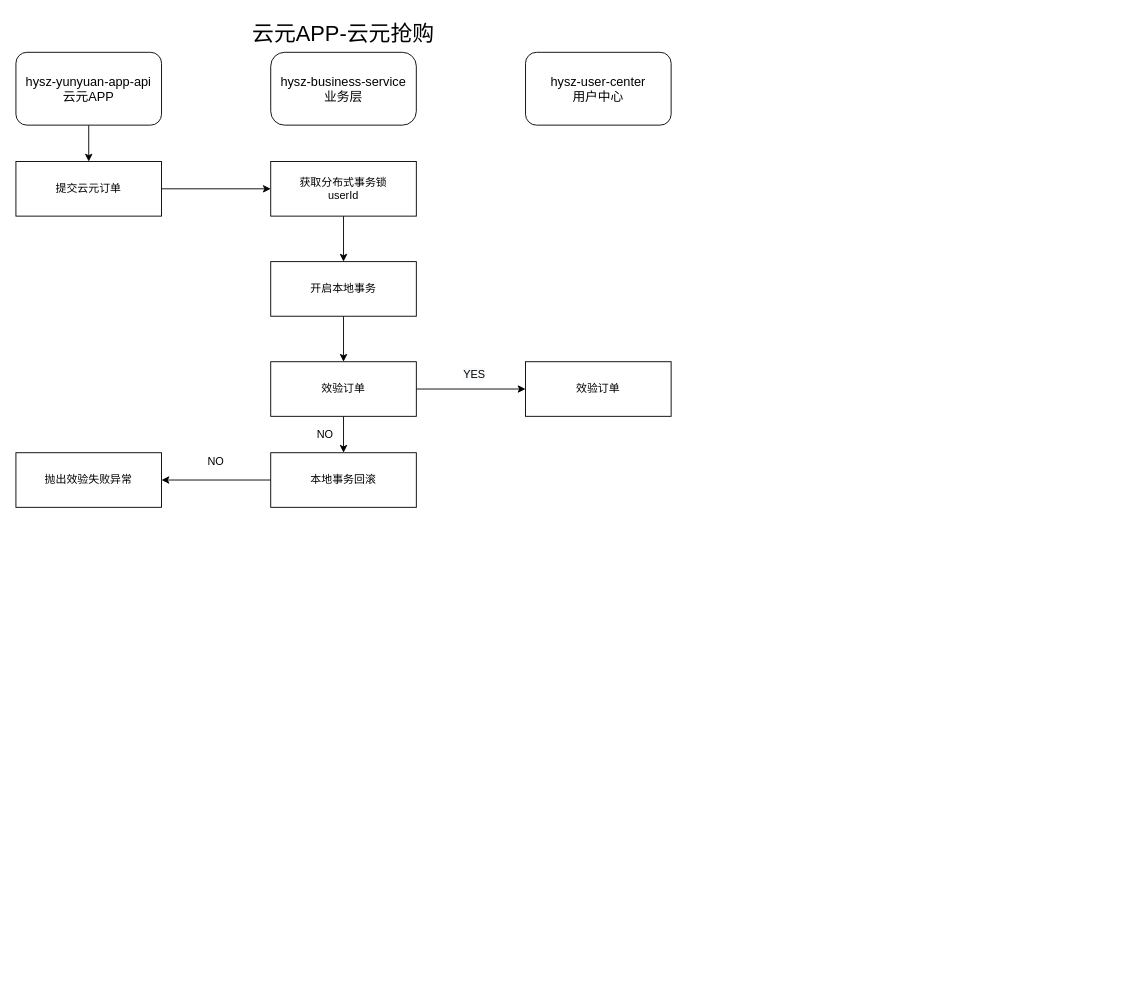
This is Untitled Diagram.drawio from caijinlu/study, a draw.io file, before an edit. Source tidied: cells renumbered, new cells numbered last; positions are measured from the earlier drawing's top-left corner, leaving out a move shared by most shapes. Both pictures are drawn from the tidied source at 91%, with x=0, y=0 at pixel (15, 15).
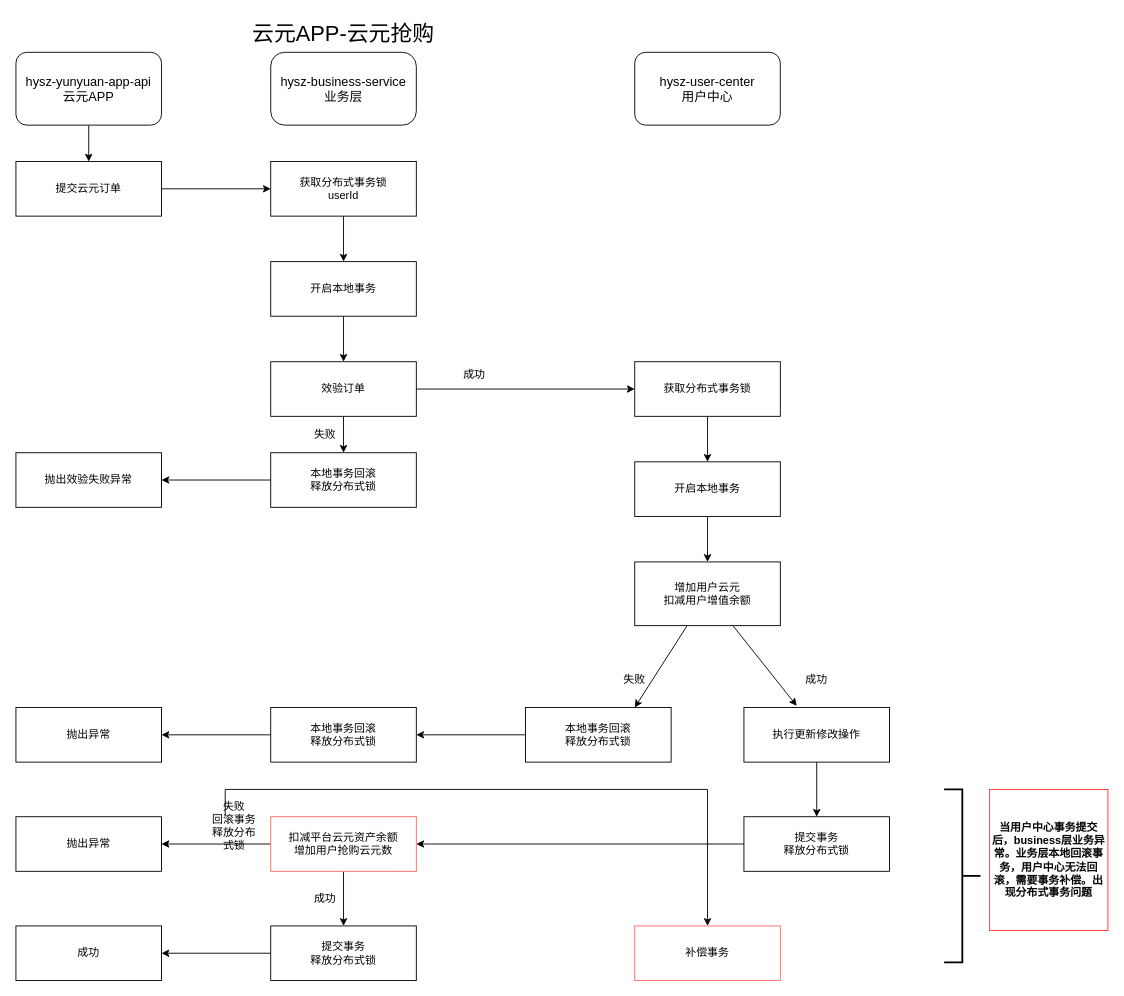
The same diagram, later.

The edit, as a diff of the source:
```diff
@@
     <mxCell id="8" value="&lt;font style=&quot;font-size: 14px&quot;&gt;hysz-user-center&lt;br&gt;用户中心&lt;br&gt;&lt;/font&gt;" style="rounded=1;whiteSpace=wrap;html=1;" parent="1" vertex="1">
-      <mxGeometry x="560" y="40" width="160" height="80" as="geometry" />
+      <mxGeometry x="680" y="40" width="160" height="80" as="geometry" />
     </mxCell>
@@
-    <mxCell id="17" value="NO" style="text;html=1;strokeColor=none;fillColor=none;align=center;verticalAlign=middle;whiteSpace=wrap;rounded=0;" parent="1" vertex="1">
+    <mxCell id="17" value="失败" style="text;html=1;strokeColor=none;fillColor=none;align=center;verticalAlign=middle;whiteSpace=wrap;rounded=0;" parent="1" vertex="1">
       <mxGeometry x="320" y="450" width="40" height="20" as="geometry" />
     </mxCell>
@@
-    <mxCell id="19" value="本地事务回滚" style="rounded=0;whiteSpace=wrap;html=1;" parent="1" vertex="1">
+    <mxCell id="19" value="本地事务回滚&lt;br&gt;释放分布式锁" style="rounded=0;whiteSpace=wrap;html=1;" parent="1" vertex="1">
       <mxGeometry x="280" y="480" width="160" height="60" as="geometry" />
     </mxCell>
-    <mxCell id="20" value="NO" style="text;html=1;strokeColor=none;fillColor=none;align=center;verticalAlign=middle;whiteSpace=wrap;rounded=0;" parent="1" vertex="1">
-      <mxGeometry x="200" y="480" width="40" height="20" as="geometry" />
-    </mxCell>
+    <mxCell id="23" style="edgeStyle=orthogonalEdgeStyle;rounded=0;jettySize=auto;html=1;" parent="1" edge="1" source="21" target="25">
+      <mxGeometry relative="1" as="geometry" />
+    </mxCell>
-    <mxCell id="21" value="效验订单" style="rounded=0;whiteSpace=wrap;html=1;" parent="1" vertex="1">
-      <mxGeometry x="560" y="380" width="160" height="60" as="geometry" />
+    <mxCell id="21" value="获取分布式事务锁" style="rounded=0;whiteSpace=wrap;html=1;" parent="1" vertex="1">
+      <mxGeometry x="680" y="380" width="160" height="60" as="geometry" />
     </mxCell>
-    <mxCell id="22" value="&lt;span style=&quot;color: rgb(0 , 0 , 0) ; font-family: &amp;#34;helvetica&amp;#34; ; font-size: 12px ; font-style: normal ; font-weight: 400 ; letter-spacing: normal ; text-align: center ; text-indent: 0px ; text-transform: none ; word-spacing: 0px ; background-color: rgb(248 , 249 , 250) ; display: inline ; float: none&quot;&gt;YES&lt;br&gt;&lt;br&gt;&lt;/span&gt;" style="text;whiteSpace=wrap;html=1;" parent="1" vertex="1">
+    <mxCell id="22" value="&lt;span style=&quot;color: rgb(0 , 0 , 0) ; font-family: &amp;#34;helvetica&amp;#34; ; font-size: 12px ; font-style: normal ; font-weight: 400 ; letter-spacing: normal ; text-align: center ; text-indent: 0px ; text-transform: none ; word-spacing: 0px ; background-color: rgb(248 , 249 , 250) ; display: inline ; float: none&quot;&gt;成功&lt;br&gt;&lt;/span&gt;" style="text;whiteSpace=wrap;html=1;" parent="1" vertex="1">
       <mxGeometry x="490" y="380" width="40" height="30" as="geometry" />
     </mxCell>
+    <mxCell id="24" style="edgeStyle=orthogonalEdgeStyle;rounded=0;jettySize=auto;html=1;entryX=0.5;entryY=0;entryDx=0;entryDy=0;" parent="1" edge="1" source="25" target="28">
+      <mxGeometry relative="1" as="geometry" />
+    </mxCell>
+    <mxCell id="25" value="开启本地事务" style="rounded=0;whiteSpace=wrap;html=1;" parent="1" vertex="1">
+      <mxGeometry x="680" y="490" width="160" height="60" as="geometry" />
+    </mxCell>
+    <mxCell id="26" style="edgeStyle=none;rounded=0;jettySize=auto;html=1;startArrow=none;startFill=0;entryX=0.75;entryY=0;entryDx=0;entryDy=0;" parent="1" edge="1" source="28" target="33">
+      <mxGeometry relative="1" as="geometry" />
+    </mxCell>
+    <mxCell id="27" style="edgeStyle=none;rounded=0;jettySize=auto;html=1;startArrow=none;startFill=0;entryX=0.363;entryY=-0.03;entryDx=0;entryDy=0;entryPerimeter=0;" parent="1" edge="1" source="28" target="36">
+      <mxGeometry relative="1" as="geometry" />
+    </mxCell>
+    <mxCell id="28" value="增加用户云元&lt;br&gt;扣减用户增值余额&lt;br&gt;" style="rounded=0;whiteSpace=wrap;html=1;" parent="1" vertex="1">
+      <mxGeometry x="680" y="600" width="160" height="70" as="geometry" />
+    </mxCell>
+    <mxCell id="29" style="edgeStyle=orthogonalEdgeStyle;rounded=0;jettySize=auto;html=1;entryX=1;entryY=0.5;entryDx=0;entryDy=0;" parent="1" edge="1" source="30" target="34">
+      <mxGeometry relative="1" as="geometry" />
+    </mxCell>
+    <mxCell id="30" value="本地事务回滚&lt;br&gt;释放分布式锁" style="rounded=0;whiteSpace=wrap;html=1;" parent="1" vertex="1">
+      <mxGeometry x="280" y="760" width="160" height="60" as="geometry" />
+    </mxCell>
+    <mxCell id="31" value="失败" style="text;html=1;strokeColor=none;fillColor=none;align=center;verticalAlign=middle;whiteSpace=wrap;rounded=0;" parent="1" vertex="1">
+      <mxGeometry x="660" y="720" width="40" height="20" as="geometry" />
+    </mxCell>
+    <mxCell id="32" style="edgeStyle=orthogonalEdgeStyle;rounded=0;jettySize=auto;html=1;entryX=1;entryY=0.5;entryDx=0;entryDy=0;" parent="1" edge="1" source="33" target="30">
+      <mxGeometry relative="1" as="geometry" />
+    </mxCell>
+    <mxCell id="33" value="本地事务回滚&lt;br&gt;释放分布式锁" style="rounded=0;whiteSpace=wrap;html=1;" parent="1" vertex="1">
+      <mxGeometry x="560" y="760" width="160" height="60" as="geometry" />
+    </mxCell>
+    <mxCell id="34" value="抛出异常" style="rounded=0;whiteSpace=wrap;html=1;" parent="1" vertex="1">
+      <mxGeometry y="760" width="160" height="60" as="geometry" />
+    </mxCell>
+    <mxCell id="35" style="edgeStyle=none;rounded=0;jettySize=auto;html=1;startArrow=none;startFill=0;" parent="1" edge="1" source="36" target="39">
+      <mxGeometry relative="1" as="geometry" />
+    </mxCell>
+    <mxCell id="36" value="执行更新修改操作" style="rounded=0;whiteSpace=wrap;html=1;" parent="1" vertex="1">
+      <mxGeometry x="800" y="760" width="160" height="60" as="geometry" />
+    </mxCell>
+    <mxCell id="37" value="成功" style="text;html=1;strokeColor=none;fillColor=none;align=center;verticalAlign=middle;whiteSpace=wrap;rounded=0;" parent="1" vertex="1">
+      <mxGeometry x="860" y="670" width="40" height="120" as="geometry" />
+    </mxCell>
+    <mxCell id="38" style="edgeStyle=none;rounded=0;jettySize=auto;html=1;startArrow=none;startFill=0;" parent="1" edge="1" source="39" target="42">
+      <mxGeometry relative="1" as="geometry" />
+    </mxCell>
+    <mxCell id="39" value="提交事务&lt;br&gt;释放分布式锁" style="rounded=0;whiteSpace=wrap;html=1;" parent="1" vertex="1">
+      <mxGeometry x="800" y="880" width="160" height="60" as="geometry" />
+    </mxCell>
+    <mxCell id="40" style="edgeStyle=none;rounded=0;jettySize=auto;html=1;startArrow=none;startFill=0;" parent="1" edge="1" source="42" target="44">
+      <mxGeometry relative="1" as="geometry" />
+    </mxCell>
+    <mxCell id="41" style="edgeStyle=orthogonalEdgeStyle;rounded=0;jettySize=auto;html=1;entryX=1;entryY=0.5;entryDx=0;entryDy=0;" parent="1" edge="1" source="42" target="46">
+      <mxGeometry relative="1" as="geometry" />
+    </mxCell>
+    <mxCell id="42" value="扣减平台云元资产余额&lt;br&gt;增加用户抢购云元数" style="rounded=0;whiteSpace=wrap;html=1;strokeColor=#FF6666;" parent="1" vertex="1">
+      <mxGeometry x="280" y="880" width="160" height="60" as="geometry" />
+    </mxCell>
+    <mxCell id="43" style="edgeStyle=none;rounded=0;jettySize=auto;html=1;entryX=1;entryY=0.5;entryDx=0;entryDy=0;startArrow=none;startFill=0;" parent="1" edge="1" source="44" target="45">
+      <mxGeometry relative="1" as="geometry" />
+    </mxCell>
+    <mxCell id="44" value="提交事务&lt;br&gt;释放分布式锁" style="rounded=0;whiteSpace=wrap;html=1;" parent="1" vertex="1">
+      <mxGeometry x="280" y="1000" width="160" height="60" as="geometry" />
+    </mxCell>
+    <mxCell id="45" value="成功" style="rounded=0;whiteSpace=wrap;html=1;" parent="1" vertex="1">
+      <mxGeometry y="1000" width="160" height="60" as="geometry" />
+    </mxCell>
+    <mxCell id="46" value="抛出异常" style="rounded=0;whiteSpace=wrap;html=1;" parent="1" vertex="1">
+      <mxGeometry y="880" width="160" height="60" as="geometry" />
+    </mxCell>
+    <mxCell id="47" style="edgeStyle=orthogonalEdgeStyle;rounded=0;jettySize=auto;html=1;" parent="1" edge="1" source="48">
+      <mxGeometry relative="1" as="geometry">
+        <mxPoint x="760" y="1000" as="targetPoint" />
+        <Array as="points">
+          <mxPoint x="230" y="850" />
+          <mxPoint x="760" y="850" />
+        </Array>
+      </mxGeometry>
+    </mxCell>
+    <mxCell id="48" value="失败&lt;br&gt;回滚事务&lt;br&gt;释放分布式锁" style="text;html=1;strokeColor=none;fillColor=none;align=center;verticalAlign=middle;whiteSpace=wrap;rounded=0;" parent="1" vertex="1">
+      <mxGeometry x="210" y="880" width="60" height="20" as="geometry" />
+    </mxCell>
+    <mxCell id="49" value="成功" style="text;html=1;strokeColor=none;fillColor=none;align=center;verticalAlign=middle;whiteSpace=wrap;rounded=0;" parent="1" vertex="1">
+      <mxGeometry x="320" y="910" width="40" height="120" as="geometry" />
+    </mxCell>
+    <mxCell id="50" value="补偿事务" style="rounded=0;whiteSpace=wrap;html=1;strokeColor=#FF6666;" parent="1" vertex="1">
+      <mxGeometry x="680" y="1000" width="160" height="60" as="geometry" />
+    </mxCell>
+    <mxCell id="51" style="strokeWidth=2;html=1;shape=mxgraph.flowchart.annotation_2;align=left;labelPosition=right;direction=west;" parent="1" vertex="1">
+      <mxGeometry x="1020" y="850" width="40" height="190" as="geometry" />
+    </mxCell>
+    <mxCell id="52" value="&lt;b&gt;当用户中心事务提交后，business层业务异常。业务层本地回滚事务，用户中心无法回滚，需要事务补偿。出现分布式事务问题&lt;/b&gt;" style="text;html=1;strokeColor=#FF3333;fillColor=none;align=center;verticalAlign=middle;whiteSpace=wrap;rounded=0;" parent="1" vertex="1">
+      <mxGeometry x="1070" y="850" width="130" height="155" as="geometry" />
+    </mxCell>
```
